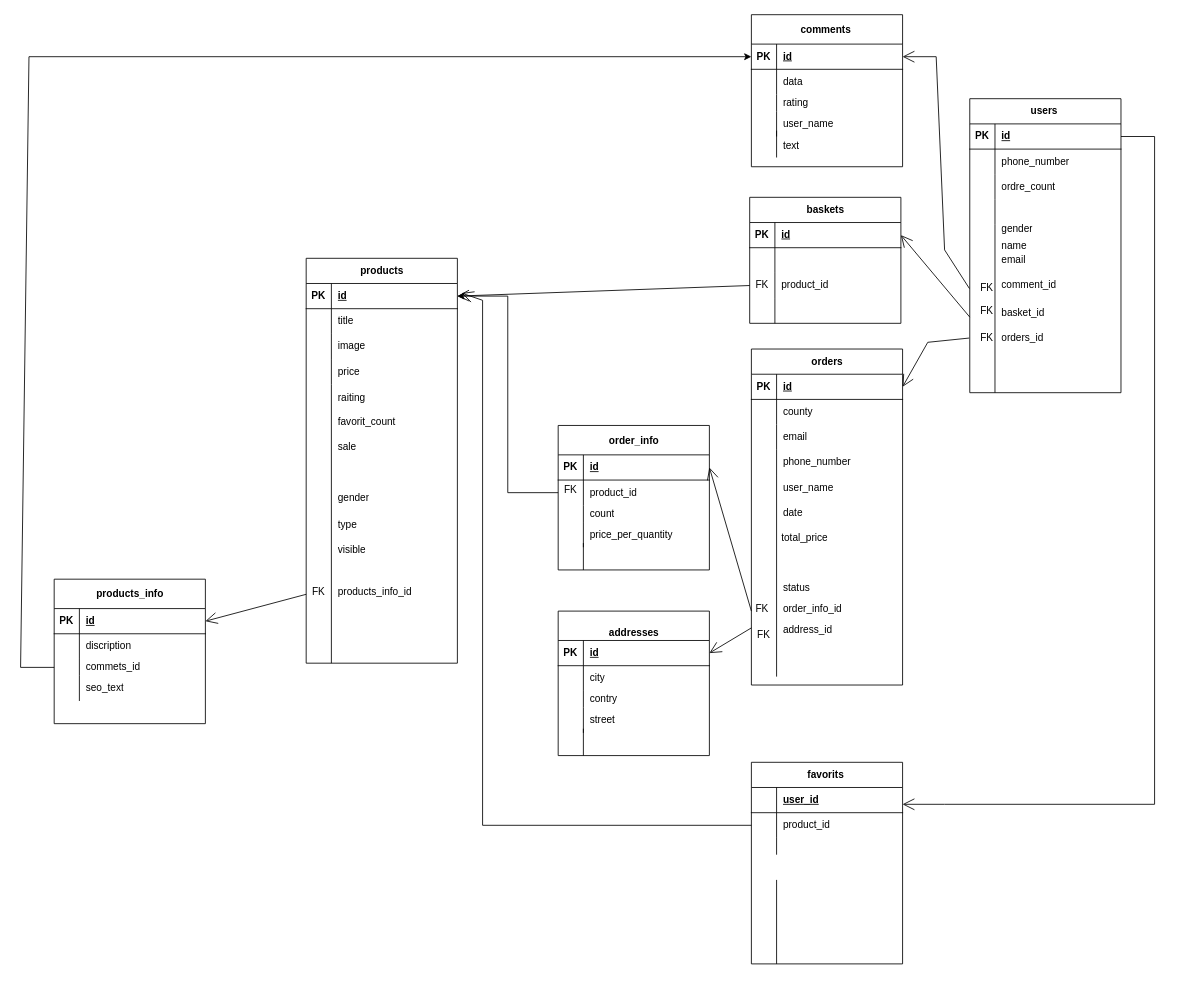
Aligan18/Fashion keeps this draw.io diagram as sheme_bd.drawio. Above is the earlier version. Source tidied: cells renumbered, new cells numbered last; positions are measured from the earlier drawing's top-left corner, leaving out a move shared by most shapes. Both pictures are drawn from the tidied source at 84%, with x=0, y=0 at pixel (20, 14).
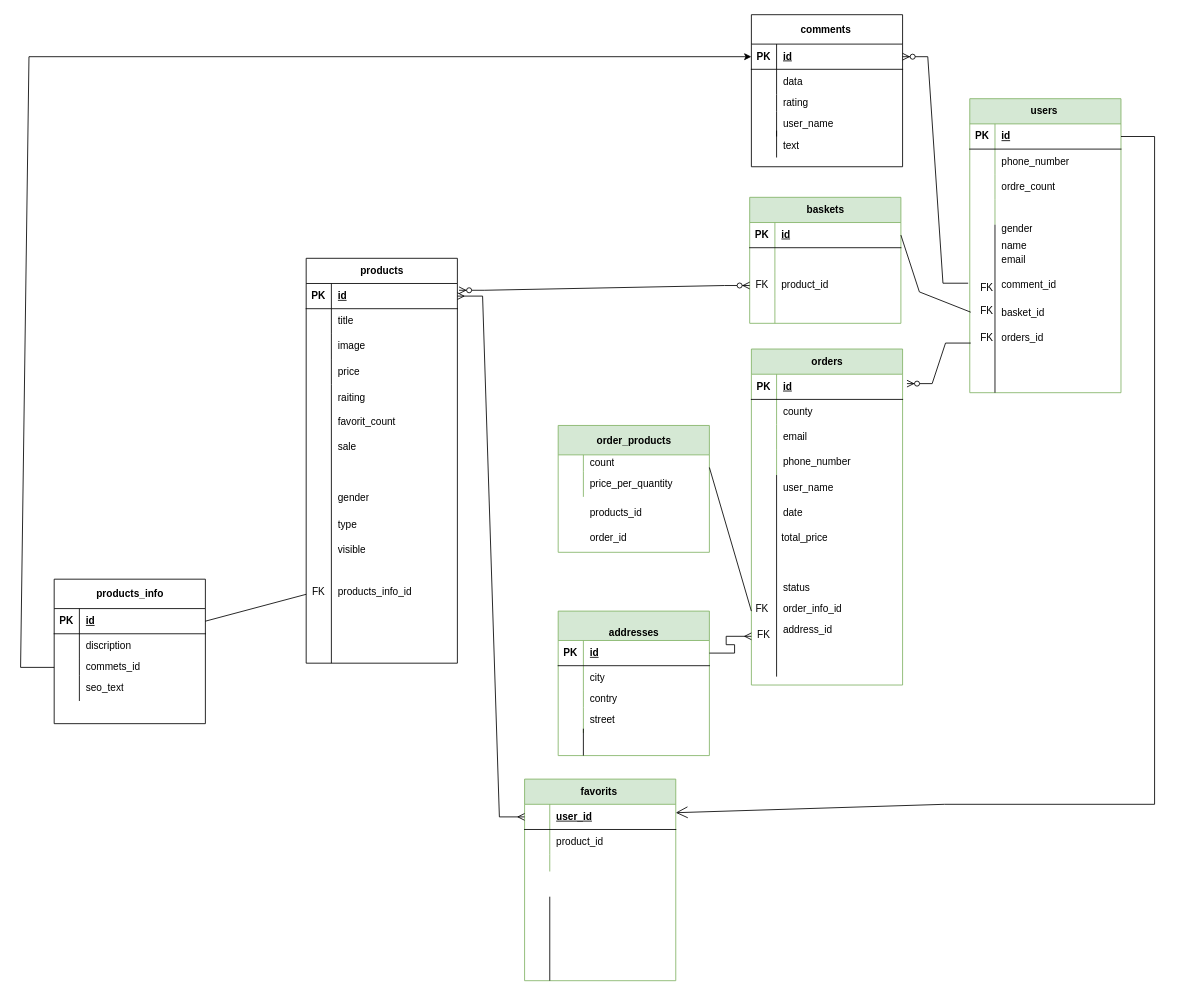
The same diagram, later.

The change refers to these unchanged cells:
```xml
<mxCell id="3" style="shape=tableRow;horizontal=0;startSize=0;swimlaneHead=0;swimlaneBody=0;fillColor=none;points=[[0,0.5],[1,0.5]];portConstraint=eastwest;top=0;left=0;right=0;bottom=1;" parent="2" vertex="1">
  <mxGeometry y="30" width="180" height="30" as="geometry" />
</mxCell>
<mxCell id="20" style="shape=tableRow;horizontal=0;startSize=0;swimlaneHead=0;swimlaneBody=0;fillColor=none;points=[[0,0.5],[1,0.5]];portConstraint=eastwest;top=0;left=0;right=0;bottom=1;" parent="19" vertex="1">
  <mxGeometry y="30" width="180" height="30" as="geometry" />
</mxCell>
<mxCell id="26" style="shape=tableRow;horizontal=0;startSize=0;swimlaneHead=0;swimlaneBody=0;fillColor=none;points=[[0,0.5],[1,0.5]];portConstraint=eastwest;top=0;left=0;right=0;bottom=0;" parent="19" vertex="1">
  <mxGeometry y="90" width="180" height="30" as="geometry" />
</mxCell>
<mxCell id="34" style="shape=tableRow;horizontal=0;startSize=0;swimlaneHead=0;swimlaneBody=0;fillColor=none;points=[[0,0.5],[1,0.5]];portConstraint=eastwest;top=0;left=0;right=0;bottom=1;" parent="33" vertex="1">
  <mxGeometry y="30" width="180" height="30" as="geometry" />
</mxCell>
<mxCell id="51" style="shape=tableRow;horizontal=0;startSize=0;swimlaneHead=0;swimlaneBody=0;fillColor=none;points=[[0,0.5],[1,0.5]];portConstraint=eastwest;top=0;left=0;right=0;bottom=1;" parent="50" vertex="1">
  <mxGeometry y="30" width="180" height="30" as="geometry" />
</mxCell>
<mxCell id="68" style="shape=tableRow;horizontal=0;startSize=0;swimlaneHead=0;swimlaneBody=0;fillColor=none;points=[[0,0.5],[1,0.5]];portConstraint=eastwest;top=0;left=0;right=0;bottom=1;" parent="67" vertex="1">
  <mxGeometry y="30" width="180" height="30" as="geometry" />
</mxCell>
<mxCell id="71" style="shape=tableRow;horizontal=0;startSize=0;swimlaneHead=0;swimlaneBody=0;fillColor=none;points=[[0,0.5],[1,0.5]];portConstraint=eastwest;top=0;left=0;right=0;bottom=0;" parent="67" vertex="1">
  <mxGeometry y="60" width="180" height="30" as="geometry" />
</mxCell>
<mxCell id="82" style="shape=tableRow;horizontal=0;startSize=0;swimlaneHead=0;swimlaneBody=0;fillColor=none;points=[[0,0.5],[1,0.5]];portConstraint=eastwest;top=0;left=0;right=0;bottom=1;" parent="81" vertex="1">
  <mxGeometry y="35" width="180" height="30" as="geometry" />
</mxCell>
<mxCell id="107" style="shape=tableRow;horizontal=0;startSize=0;swimlaneHead=0;swimlaneBody=0;fillColor=none;points=[[0,0.5],[1,0.5]];portConstraint=eastwest;top=0;left=0;right=0;bottom=1;" parent="106" vertex="1">
  <mxGeometry y="35" width="180" height="30" as="geometry" />
</mxCell>
<mxCell id="113" style="shape=tableRow;horizontal=0;startSize=0;swimlaneHead=0;swimlaneBody=0;fillColor=none;points=[[0,0.5],[1,0.5]];portConstraint=eastwest;top=0;left=0;right=0;bottom=0;" parent="106" vertex="1">
  <mxGeometry y="95" width="180" height="20" as="geometry" />
</mxCell>
<mxCell id="140" value="FK" style="text;html=1;align=center;verticalAlign=middle;points=[];strokeColor=none;fillColor=none;" parent="1" vertex="1">
  <mxGeometry x="1130" y="338" width="40" height="30" as="geometry" />
</mxCell>
<mxCell id="142" value="FK" style="text;html=1;align=center;verticalAlign=middle;points=[];strokeColor=none;fillColor=none;" parent="1" vertex="1">
  <mxGeometry x="1130" y="370" width="40" height="30" as="geometry" />
</mxCell>
<mxCell id="157" style="shape=tableRow;horizontal=0;startSize=0;swimlaneHead=0;swimlaneBody=0;fillColor=none;points=[[0,0.5],[1,0.5]];portConstraint=eastwest;top=0;left=0;right=0;bottom=1;" parent="156" vertex="1">
  <mxGeometry y="35" width="180" height="30" as="geometry" />
</mxCell>
<mxCell id="170" value="FK" style="text;html=1;align=center;verticalAlign=middle;points=[];strokeColor=none;fillColor=none;" parent="1" vertex="1">
  <mxGeometry x="1130" y="310" width="40" height="30" as="geometry" />
</mxCell>
```

What changed in the source:
```diff
@@
-    <mxCell id="2" value="users&amp;nbsp;" style="shape=table;startSize=30;childLayout=tableLayout;rowLines=0;fontStyle=1;align=center;html=1;" parent="1" vertex="1">
+    <mxCell id="2" value="users&amp;nbsp;" style="shape=table;startSize=30;childLayout=tableLayout;rowLines=0;fontStyle=1;align=center;html=1;fillColor=#d5e8d4;strokeColor=#82b366;" parent="1" vertex="1">
       <mxGeometry x="1130" y="100" width="180" height="350" as="geometry" />
     </mxCell>
@@
-    <mxCell id="19" value="baskets" style="shape=table;startSize=30;childLayout=tableLayout;rowLines=0;fontStyle=1;align=center;html=1;" parent="1" vertex="1">
+    <mxCell id="19" value="baskets" style="shape=table;startSize=30;childLayout=tableLayout;rowLines=0;fontStyle=1;align=center;html=1;fillColor=#d5e8d4;strokeColor=#82b366;" parent="1" vertex="1">
       <mxGeometry x="868" y="217.4" width="180" height="150" as="geometry" />
     </mxCell>
@@
-    <mxCell id="50" value="orders" style="shape=table;startSize=30;childLayout=tableLayout;rowLines=0;fontStyle=1;align=center;html=1;" parent="1" vertex="1">
+    <mxCell id="50" value="orders" style="shape=table;startSize=30;childLayout=tableLayout;rowLines=0;fontStyle=1;align=center;html=1;fillColor=#d5e8d4;strokeColor=#82b366;" parent="1" vertex="1">
       <mxGeometry x="870" y="398" width="180" height="400" as="geometry" />
     </mxCell>
@@
-    <mxCell id="67" value="favorits&amp;nbsp;" style="shape=table;startSize=30;childLayout=tableLayout;rowLines=0;fontStyle=1;align=center;html=1;" parent="1" vertex="1">
-      <mxGeometry x="870" y="890" width="180" height="240" as="geometry" />
+    <mxCell id="67" value="favorits&amp;nbsp;" style="shape=table;startSize=30;childLayout=tableLayout;rowLines=0;fontStyle=1;align=center;html=1;fillColor=#d5e8d4;strokeColor=#82b366;" parent="1" vertex="1">
+      <mxGeometry x="600" y="910" width="180" height="240" as="geometry" />
     </mxCell>
@@
     <mxCell id="77" style="shape=partialRectangle;fillColor=none;top=0;left=0;bottom=0;right=0;align=left;spacingLeft=6;overflow=hidden;whiteSpace=wrap;html=1;" parent="1" vertex="1">
-      <mxGeometry x="900" y="1030" width="150" height="30" as="geometry" />
+      <mxGeometry x="630" y="1050" width="150" height="30" as="geometry" />
     </mxCell>
     <mxCell id="78" style="shape=partialRectangle;fillColor=none;top=0;left=0;bottom=0;right=0;align=left;spacingLeft=6;overflow=hidden;whiteSpace=wrap;html=1;" parent="1" vertex="1">
-      <mxGeometry x="900" y="1060" width="150" height="30" as="geometry" />
+      <mxGeometry x="630" y="1080" width="150" height="30" as="geometry" />
     </mxCell>
     <mxCell id="79" style="shape=partialRectangle;fillColor=none;top=0;left=0;bottom=0;right=0;align=left;spacingLeft=6;overflow=hidden;whiteSpace=wrap;html=1;" parent="1" vertex="1">
-      <mxGeometry x="900" y="1090" width="150" height="30" as="geometry" />
+      <mxGeometry x="630" y="1110" width="150" height="30" as="geometry" />
     </mxCell>
     <mxCell id="80" style="endArrow=none;html=1;rounded=0;" parent="1" edge="1">
       <mxGeometry relative="1" as="geometry">
-        <mxPoint x="900" y="1030" as="sourcePoint" />
-        <mxPoint x="900" y="1130" as="targetPoint" />
+        <mxPoint x="630" y="1050" as="sourcePoint" />
+        <mxPoint x="630" y="1150" as="targetPoint" />
       </mxGeometry>
     </mxCell>
-    <mxCell id="81" value="&lt;br&gt;addresses" style="shape=table;startSize=35;childLayout=tableLayout;rowLines=0;fontStyle=1;align=center;html=1;" parent="1" vertex="1">
+    <mxCell id="81" value="&lt;br&gt;addresses" style="shape=table;startSize=35;childLayout=tableLayout;rowLines=0;fontStyle=1;align=center;html=1;fillColor=#d5e8d4;strokeColor=#82b366;" parent="1" vertex="1">
       <mxGeometry x="640" y="710" width="180" height="172" as="geometry" />
     </mxCell>
@@
-    <mxCell id="123" value="order_info" style="shape=table;startSize=35;childLayout=tableLayout;rowLines=0;fontStyle=1;align=center;html=1;" parent="1" vertex="1">
-      <mxGeometry x="640" y="489" width="180" height="172" as="geometry" />
+    <mxCell id="123" value="order_products" style="shape=table;startSize=35;childLayout=tableLayout;rowLines=0;fontStyle=1;align=center;html=1;fillColor=#d5e8d4;strokeColor=#82b366;" parent="1" vertex="1">
+      <mxGeometry x="640" y="489" width="180" height="151" as="geometry" />
     </mxCell>
-    <mxCell id="124" style="shape=tableRow;horizontal=0;startSize=0;swimlaneHead=0;swimlaneBody=0;fillColor=none;points=[[0,0.5],[1,0.5]];portConstraint=eastwest;top=0;left=0;right=0;bottom=1;" parent="123" vertex="1">
-      <mxGeometry y="35" width="180" height="30" as="geometry" />
-    </mxCell>
-    <mxCell id="125" value="PK" style="shape=partialRectangle;fillColor=none;top=0;left=0;bottom=0;right=0;fontStyle=1;overflow=hidden;whiteSpace=wrap;html=1;" parent="124" vertex="1">
-      <mxGeometry width="30" height="30" as="geometry" />
-    </mxCell>
-    <mxCell id="126" value="id" style="shape=partialRectangle;fillColor=none;top=0;left=0;bottom=0;right=0;align=left;spacingLeft=6;fontStyle=5;overflow=hidden;whiteSpace=wrap;html=1;" parent="124" vertex="1">
-      <mxGeometry x="30" width="150" height="30" as="geometry" />
-    </mxCell>
-    <mxCell id="127" style="shape=tableRow;horizontal=0;startSize=0;swimlaneHead=0;swimlaneBody=0;fillColor=none;points=[[0,0.5],[1,0.5]];portConstraint=eastwest;top=0;left=0;right=0;bottom=0;" parent="123" vertex="1">
-      <mxGeometry y="65" width="180" height="30" as="geometry" />
-    </mxCell>
-    <mxCell id="128" style="shape=partialRectangle;fillColor=none;top=0;left=0;bottom=0;right=0;overflow=hidden;whiteSpace=wrap;html=1;" parent="127" vertex="1">
-      <mxGeometry width="30" height="30" as="geometry" />
-    </mxCell>
-    <mxCell id="129" value="product_id" style="shape=partialRectangle;fillColor=none;top=0;left=0;bottom=0;right=0;align=left;spacingLeft=6;overflow=hidden;whiteSpace=wrap;html=1;" parent="127" vertex="1">
-      <mxGeometry x="30" width="150" height="30" as="geometry" />
-    </mxCell>
     <mxCell id="130" style="shape=tableRow;horizontal=0;startSize=0;swimlaneHead=0;swimlaneBody=0;fillColor=none;top=0;left=0;right=0;bottom=0;" parent="123" vertex="1">
-      <mxGeometry y="95" width="180" height="20" as="geometry" />
+      <mxGeometry y="35" width="180" height="20" as="geometry" />
     </mxCell>
@@
     <mxCell id="133" style="shape=tableRow;horizontal=0;startSize=0;swimlaneHead=0;swimlaneBody=0;fillColor=none;top=0;left=0;right=0;bottom=0;" parent="123" vertex="1">
-      <mxGeometry y="115" width="180" height="30" as="geometry" />
+      <mxGeometry y="55" width="180" height="30" as="geometry" />
     </mxCell>
@@
-    <mxCell id="136" style="shape=partialRectangle;fillColor=none;top=0;left=0;bottom=0;right=0;align=left;spacingLeft=6;overflow=hidden;whiteSpace=wrap;html=1;" parent="1" vertex="1">
-      <mxGeometry x="670" y="629" width="150" height="30" as="geometry" />
-    </mxCell>
-    <mxCell id="137" style="endArrow=none;html=1;rounded=0;" parent="1" edge="1">
-      <mxGeometry relative="1" as="geometry">
-        <mxPoint x="670" y="629" as="sourcePoint" />
-        <mxPoint x="670" y="661" as="targetPoint" />
-      </mxGeometry>
-    </mxCell>
-    <mxCell id="138" style="endArrow=open;endFill=1;endSize=12;html=1;rounded=0;entryX=1;entryY=0.5;entryDx=0;entryDy=0;" parent="1" edge="1" target="20">
-      <mxGeometry relative="1" as="geometry">
-        <mxPoint x="1130" y="360" as="sourcePoint" />
-      </mxGeometry>
-    </mxCell>
@@
-    <mxCell id="143" style="endArrow=open;endFill=1;endSize=12;html=1;rounded=0;entryX=1;entryY=0.5;entryDx=0;entryDy=0;exitX=-0.018;exitY=0.498;exitDx=0;exitDy=0;exitPerimeter=0;" parent="1" edge="1" source="142" target="51">
-      <mxGeometry relative="1" as="geometry">
-        <Array as="points">
-          <mxPoint x="1080" y="390" />
-        </Array>
-      </mxGeometry>
-    </mxCell>
@@
     <mxCell id="145" style="endArrow=open;endFill=1;endSize=12;html=1;rounded=0;exitX=1;exitY=0.5;exitDx=0;exitDy=0;" parent="1" edge="1" source="3">
       <mxGeometry relative="1" as="geometry">
-        <mxPoint x="1050" y="940" as="targetPoint" />
+        <mxPoint x="780" y="950" as="targetPoint" />
         <Array as="points">
           <mxPoint x="1350" y="145" />
           <mxPoint x="1350" y="940" />
           <mxPoint x="1100" y="940" />
         </Array>
       </mxGeometry>
     </mxCell>
@@
-    <mxCell id="147" style="endArrow=open;endFill=1;endSize=12;html=1;rounded=0;entryX=1;entryY=0.5;entryDx=0;entryDy=0;" parent="1" edge="1" target="124">
-      <mxGeometry relative="1" as="geometry">
-        <mxPoint x="870" y="710" as="sourcePoint" />
-      </mxGeometry>
-    </mxCell>
-    <mxCell id="148" style="edgeStyle=orthogonalEdgeStyle;rounded=0;jettySize=auto;html=1;exitX=0;exitY=0.5;exitDx=0;exitDy=0;entryX=1;entryY=0.5;entryDx=0;entryDy=0;" parent="1" edge="1" source="127" target="34">
-      <mxGeometry relative="1" as="geometry" />
-    </mxCell>
-    <mxCell id="149" value="FK" style="shape=partialRectangle;fillColor=none;top=0;left=0;bottom=0;right=0;overflow=hidden;whiteSpace=wrap;html=1;" parent="1" vertex="1">
+    <mxCell id="149" style="shape=partialRectangle;fillColor=none;top=0;left=0;bottom=0;right=0;overflow=hidden;whiteSpace=wrap;html=1;" parent="1" vertex="1">
       <mxGeometry x="640" y="551" width="30" height="30" as="geometry" />
     </mxCell>
-    <mxCell id="150" style="endArrow=open;endFill=1;endSize=12;html=1;rounded=0;entryX=1.028;entryY=0.38;entryDx=0;entryDy=0;entryPerimeter=0;exitX=0;exitY=0.5;exitDx=0;exitDy=0;" parent="1" edge="1" source="71" target="34">
-      <mxGeometry relative="1" as="geometry">
-        <Array as="points">
-          <mxPoint x="550" y="965" />
-          <mxPoint x="550" y="340" />
-        </Array>
-      </mxGeometry>
-    </mxCell>
-    <mxCell id="151" style="endArrow=open;endFill=1;endSize=12;html=1;rounded=0;exitX=0;exitY=0.5;exitDx=0;exitDy=0;entryX=1;entryY=0.5;entryDx=0;entryDy=0;" parent="1" edge="1" source="26" target="34">
-      <mxGeometry relative="1" as="geometry" />
-    </mxCell>
@@
-    <mxCell id="153" style="endArrow=open;endFill=1;endSize=12;html=1;rounded=0;entryX=1;entryY=0.5;entryDx=0;entryDy=0;" parent="1" edge="1" target="107">
-      <mxGeometry relative="1" as="geometry">
-        <mxPoint x="340" y="690" as="sourcePoint" />
-      </mxGeometry>
-    </mxCell>
-    <mxCell id="154" style="endArrow=open;endFill=1;endSize=12;html=1;rounded=0;entryX=1;entryY=0.5;entryDx=0;entryDy=0;" parent="1" edge="1" target="82">
-      <mxGeometry relative="1" as="geometry">
-        <mxPoint x="870" y="730" as="sourcePoint" />
-      </mxGeometry>
-    </mxCell>
@@
+    <mxCell id="172" style="endArrow=classic;html=1;rounded=0;entryX=0;entryY=0.5;entryDx=0;entryDy=0;exitX=0;exitY=0.5;exitDx=0;exitDy=0;" parent="1" edge="1" source="113" target="157">
+      <mxGeometry relative="1" as="geometry">
+        <Array as="points">
+          <mxPoint y="777" />
+          <mxPoint x="10" y="50" />
+        </Array>
+      </mxGeometry>
+    </mxCell>
-    <mxCell id="171" style="endArrow=open;endFill=1;endSize=12;html=1;rounded=0;exitX=-0.01;exitY=0.535;exitDx=0;exitDy=0;exitPerimeter=0;entryX=1;entryY=0.5;entryDx=0;entryDy=0;" parent="1" edge="1" source="170" target="157">
-      <mxGeometry relative="1" as="geometry">
-        <Array as="points">
-          <mxPoint x="1100" y="280" />
-          <mxPoint x="1090" y="50" />
-        </Array>
-      </mxGeometry>
+    <mxCell id="171" style="edgeStyle=entityRelationEdgeStyle;fontSize=12;html=1;endArrow=ERzeroToMany;endFill=1;rounded=0;entryX=1;entryY=0.5;entryDx=0;entryDy=0;exitX=-0.048;exitY=0.322;exitDx=0;exitDy=0;exitPerimeter=0;" parent="1" edge="1" source="170" target="157">
+      <mxGeometry relative="1" as="geometry" />
     </mxCell>
-    <mxCell id="172" style="endArrow=classic;html=1;rounded=0;entryX=0;entryY=0.5;entryDx=0;entryDy=0;exitX=0;exitY=0.5;exitDx=0;exitDy=0;" parent="1" edge="1" source="113" target="157">
-      <mxGeometry relative="1" as="geometry">
-        <Array as="points">
-          <mxPoint y="777" />
-          <mxPoint x="10" y="50" />
-        </Array>
-      </mxGeometry>
-    </mxCell>
+    <mxCell id="173" style="endArrow=none;html=1;rounded=0;exitX=0.028;exitY=0.538;exitDx=0;exitDy=0;exitPerimeter=0;entryX=1;entryY=0.5;entryDx=0;entryDy=0;" parent="1" edge="1" source="140" target="20">
+      <mxGeometry relative="1" as="geometry">
+        <Array as="points">
+          <mxPoint x="1070" y="330" />
+        </Array>
+      </mxGeometry>
+    </mxCell>
+    <mxCell id="143" style="edgeStyle=entityRelationEdgeStyle;fontSize=12;html=1;endArrow=ERzeroToMany;endFill=1;rounded=0;entryX=1.029;entryY=0.373;entryDx=0;entryDy=0;entryPerimeter=0;exitX=0.028;exitY=0.697;exitDx=0;exitDy=0;exitPerimeter=0;" parent="1" edge="1" source="142" target="51">
+      <mxGeometry relative="1" as="geometry" />
+    </mxCell>
+    <mxCell id="174" style="edgeStyle=entityRelationEdgeStyle;fontSize=12;html=1;endArrow=ERzeroToMany;endFill=1;startArrow=ERzeroToMany;rounded=0;entryX=0;entryY=0.5;entryDx=0;entryDy=0;exitX=1.011;exitY=0.269;exitDx=0;exitDy=0;exitPerimeter=0;" parent="1" edge="1" source="34" target="26">
+      <mxGeometry relative="1" as="geometry" />
+    </mxCell>
+    <mxCell id="175" style="edgeStyle=entityRelationEdgeStyle;fontSize=12;html=1;endArrow=ERmany;startArrow=ERmany;rounded=0;entryX=1;entryY=0.5;entryDx=0;entryDy=0;exitX=0;exitY=0.5;exitDx=0;exitDy=0;" parent="1" edge="1" source="68" target="34">
+      <mxGeometry relative="1" as="geometry" />
+    </mxCell>
+    <mxCell id="176" style="endArrow=none;html=1;rounded=0;exitX=1;exitY=0.5;exitDx=0;exitDy=0;" parent="1" edge="1">
+      <mxGeometry relative="1" as="geometry">
+        <mxPoint x="820" y="539" as="sourcePoint" />
+        <mxPoint x="870" y="710" as="targetPoint" />
+      </mxGeometry>
+    </mxCell>
+    <mxCell id="177" style="edgeStyle=entityRelationEdgeStyle;fontSize=12;html=1;endArrow=ERmany;rounded=0;" parent="1" edge="1">
+      <mxGeometry relative="1" as="geometry">
+        <mxPoint x="820" y="760" as="sourcePoint" />
+        <mxPoint x="870" y="740" as="targetPoint" />
+      </mxGeometry>
+    </mxCell>
+    <mxCell id="178" style="endArrow=none;html=1;rounded=0;entryX=1;entryY=0.5;entryDx=0;entryDy=0;" parent="1" edge="1" target="107">
+      <mxGeometry relative="1" as="geometry">
+        <mxPoint x="340" y="690" as="sourcePoint" />
+      </mxGeometry>
+    </mxCell>
+    <mxCell id="179" value="order_id&amp;nbsp;" style="shape=partialRectangle;fillColor=none;top=0;left=0;bottom=0;right=0;align=left;spacingLeft=6;overflow=hidden;whiteSpace=wrap;html=1;" parent="1" vertex="1">
+      <mxGeometry x="670" y="608" width="150" height="30" as="geometry" />
+    </mxCell>
+    <mxCell id="180" value="products_id" style="shape=partialRectangle;fillColor=none;top=0;left=0;bottom=0;right=0;align=left;spacingLeft=6;overflow=hidden;whiteSpace=wrap;html=1;" parent="1" vertex="1">
+      <mxGeometry x="670" y="578" width="150" height="30" as="geometry" />
+    </mxCell>
```
